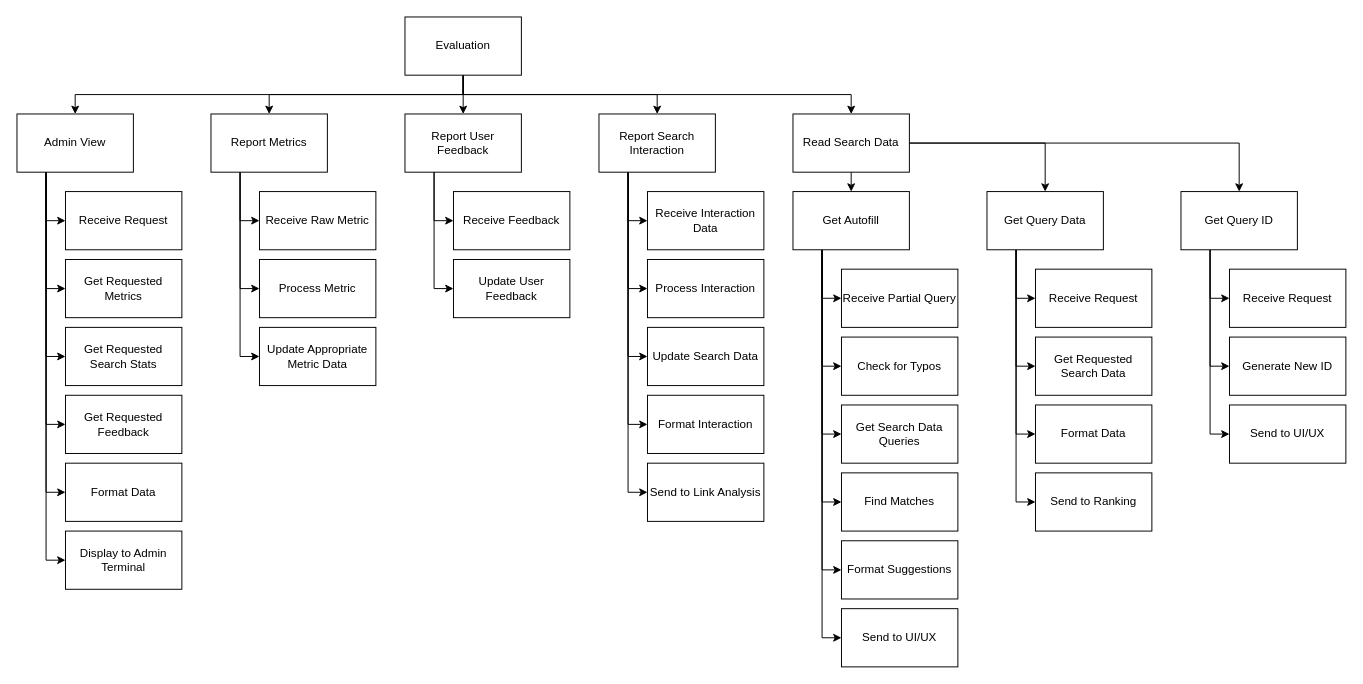
Earlier version of the draw.io diagram Deliverable 2/FDD/FDD.drawio (justinottesen/LSPT-Evaluation). Source tidied: cells renumbered, new cells numbered last; positions are measured from the earlier drawing's top-left corner, leaving out a move shared by most shapes. Both pictures are drawn from the tidied source at 97%, with x=0, y=0 at pixel (16, 16).
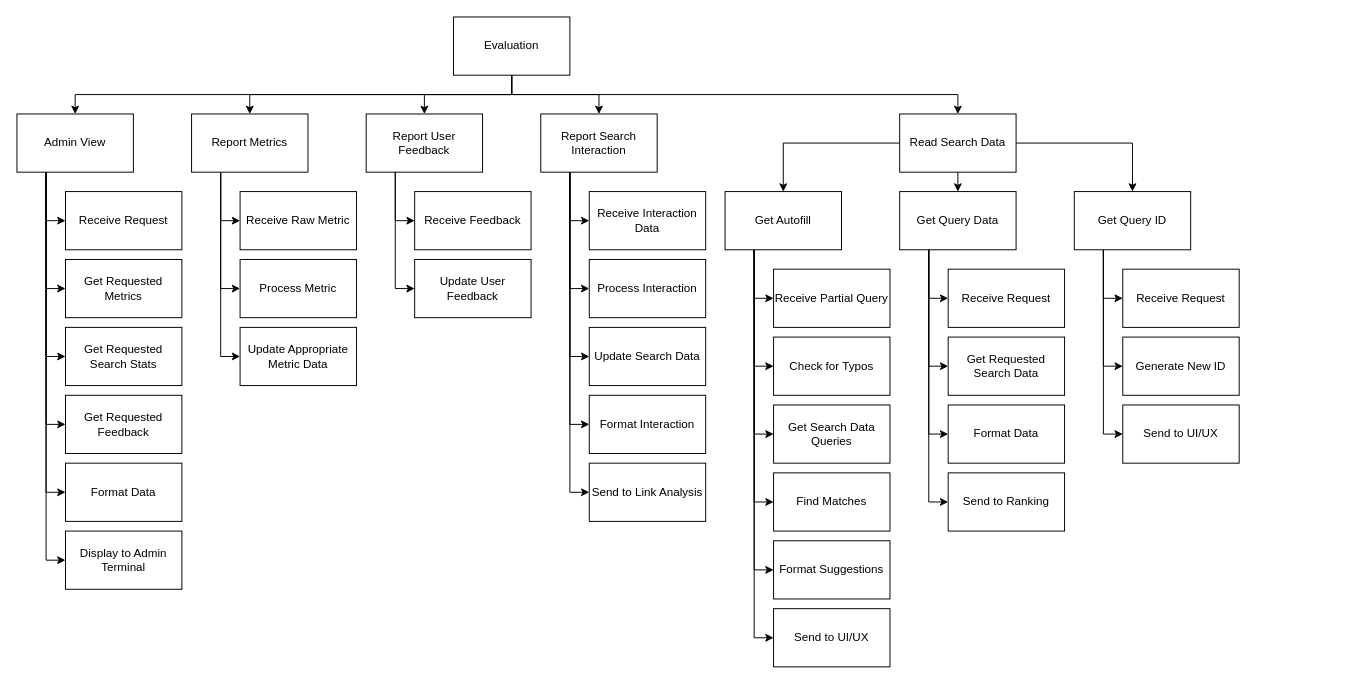
Above is the later version.

What changed in the source:
```diff
@@
     <mxCell id="7" value="Evaluation" style="rounded=0;whiteSpace=wrap;html=1;" parent="1" vertex="1">
-      <mxGeometry x="400" width="120" height="60" as="geometry" />
+      <mxGeometry x="450" width="120" height="60" as="geometry" />
     </mxCell>
     <mxCell id="8" value="Process Metric" style="rounded=0;whiteSpace=wrap;html=1;" parent="1" vertex="1">
-      <mxGeometry x="250" y="250" width="120" height="60" as="geometry" />
+      <mxGeometry x="230" y="250" width="120" height="60" as="geometry" />
     </mxCell>
     <mxCell id="9" value="Update Appropriate Metric Data" style="rounded=0;whiteSpace=wrap;html=1;" parent="1" vertex="1">
-      <mxGeometry x="250" y="320" width="120" height="60" as="geometry" />
+      <mxGeometry x="230" y="320" width="120" height="60" as="geometry" />
     </mxCell>
     <mxCell id="10" value="Receive Raw Metric" style="rounded=0;whiteSpace=wrap;html=1;" parent="1" vertex="1">
-      <mxGeometry x="250" y="180" width="120" height="60" as="geometry" />
+      <mxGeometry x="230" y="180" width="120" height="60" as="geometry" />
     </mxCell>
     <mxCell id="11" value="Format Suggestions" style="rounded=0;whiteSpace=wrap;html=1;" parent="1" vertex="1">
-      <mxGeometry x="850" y="540" width="120" height="60" as="geometry" />
+      <mxGeometry x="780" y="540" width="120" height="60" as="geometry" />
     </mxCell>
     <mxCell id="12" value="Find Matches" style="rounded=0;whiteSpace=wrap;html=1;" parent="1" vertex="1">
-      <mxGeometry x="850" y="470" width="120" height="60" as="geometry" />
+      <mxGeometry x="780" y="470" width="120" height="60" as="geometry" />
     </mxCell>
     <mxCell id="13" value="Get Search Data Queries" style="rounded=0;whiteSpace=wrap;html=1;" parent="1" vertex="1">
-      <mxGeometry x="850" y="400" width="120" height="60" as="geometry" />
+      <mxGeometry x="780" y="400" width="120" height="60" as="geometry" />
     </mxCell>
     <mxCell id="14" value="Check for Typos" style="rounded=0;whiteSpace=wrap;html=1;" parent="1" vertex="1">
-      <mxGeometry x="850" y="330" width="120" height="60" as="geometry" />
+      <mxGeometry x="780" y="330" width="120" height="60" as="geometry" />
     </mxCell>
     <mxCell id="15" value="Receive Partial Query" style="rounded=0;whiteSpace=wrap;html=1;" parent="1" vertex="1">
-      <mxGeometry x="850" y="260" width="120" height="60" as="geometry" />
+      <mxGeometry x="780" y="260" width="120" height="60" as="geometry" />
     </mxCell>
@@
     <mxCell id="22" value="Get Autofill" style="rounded=0;whiteSpace=wrap;html=1;" parent="1" vertex="1">
-      <mxGeometry x="800" y="180" width="120" height="60" as="geometry" />
+      <mxGeometry x="730" y="180" width="120" height="60" as="geometry" />
     </mxCell>
@@
     <mxCell id="26" value="Report Metrics" style="rounded=0;whiteSpace=wrap;html=1;" parent="1" vertex="1">
-      <mxGeometry x="200" y="100" width="120" height="60" as="geometry" />
+      <mxGeometry x="180" y="100" width="120" height="60" as="geometry" />
     </mxCell>
@@
     <mxCell id="29" value="Report User Feedback" style="rounded=0;whiteSpace=wrap;html=1;" parent="1" vertex="1">
-      <mxGeometry x="400" y="100" width="120" height="60" as="geometry" />
+      <mxGeometry x="360" y="100" width="120" height="60" as="geometry" />
     </mxCell>
     <mxCell id="30" value="Update User Feedback" style="rounded=0;whiteSpace=wrap;html=1;" parent="1" vertex="1">
-      <mxGeometry x="450" y="250" width="120" height="60" as="geometry" />
+      <mxGeometry x="410" y="250" width="120" height="60" as="geometry" />
     </mxCell>
     <mxCell id="31" value="Receive Feedback" style="rounded=0;whiteSpace=wrap;html=1;" parent="1" vertex="1">
-      <mxGeometry x="450" y="180" width="120" height="60" as="geometry" />
+      <mxGeometry x="410" y="180" width="120" height="60" as="geometry" />
     </mxCell>
     <mxCell id="32" value="Format Interaction" style="rounded=0;whiteSpace=wrap;html=1;" parent="1" vertex="1">
-      <mxGeometry x="650" y="390" width="120" height="60" as="geometry" />
+      <mxGeometry x="590" y="390" width="120" height="60" as="geometry" />
     </mxCell>
     <mxCell id="33" value="Update Search Data" style="rounded=0;whiteSpace=wrap;html=1;" parent="1" vertex="1">
-      <mxGeometry x="650" y="320" width="120" height="60" as="geometry" />
+      <mxGeometry x="590" y="320" width="120" height="60" as="geometry" />
     </mxCell>
     <mxCell id="34" value="Process Interaction" style="rounded=0;whiteSpace=wrap;html=1;" parent="1" vertex="1">
-      <mxGeometry x="650" y="250" width="120" height="60" as="geometry" />
+      <mxGeometry x="590" y="250" width="120" height="60" as="geometry" />
     </mxCell>
     <mxCell id="35" value="Receive Interaction Data" style="rounded=0;whiteSpace=wrap;html=1;" parent="1" vertex="1">
-      <mxGeometry x="650" y="180" width="120" height="60" as="geometry" />
+      <mxGeometry x="590" y="180" width="120" height="60" as="geometry" />
     </mxCell>
@@
     <mxCell id="41" value="Report Search Interaction" style="rounded=0;whiteSpace=wrap;html=1;" parent="1" vertex="1">
-      <mxGeometry x="600" y="100" width="120" height="60" as="geometry" />
+      <mxGeometry x="540" y="100" width="120" height="60" as="geometry" />
     </mxCell>
-    <mxCell id="42" style="edgeStyle=orthogonalEdgeStyle;rounded=0;jettySize=auto;html=1;exitX=0.5;exitY=1;exitDx=0;exitDy=0;entryX=0.5;entryY=0;entryDx=0;entryDy=0;" parent="1" edge="1" source="45" target="22">
+    <mxCell id="42" style="edgeStyle=orthogonalEdgeStyle;rounded=0;jettySize=auto;html=1;exitX=0;exitY=0.5;exitDx=0;exitDy=0;entryX=0.5;entryY=0;entryDx=0;entryDy=0;" parent="1" edge="1" source="45" target="22">
       <mxGeometry relative="1" as="geometry" />
     </mxCell>
-    <mxCell id="43" style="edgeStyle=orthogonalEdgeStyle;rounded=0;jettySize=auto;html=1;exitX=1;exitY=0.5;exitDx=0;exitDy=0;entryX=0.5;entryY=0;entryDx=0;entryDy=0;" parent="1" edge="1" source="45" target="66">
+    <mxCell id="43" style="edgeStyle=orthogonalEdgeStyle;rounded=0;jettySize=auto;html=1;exitX=0.5;exitY=1;exitDx=0;exitDy=0;entryX=0.5;entryY=0;entryDx=0;entryDy=0;" parent="1" edge="1" source="45" target="66">
       <mxGeometry relative="1" as="geometry" />
     </mxCell>
@@
     <mxCell id="45" value="Read Search Data" style="rounded=0;whiteSpace=wrap;html=1;" parent="1" vertex="1">
-      <mxGeometry x="800" y="100" width="120" height="60" as="geometry" />
+      <mxGeometry x="910" y="100" width="120" height="60" as="geometry" />
     </mxCell>
@@
     <mxCell id="59" value="Format Data" style="rounded=0;whiteSpace=wrap;html=1;" parent="1" vertex="1">
-      <mxGeometry x="1050" y="400" width="120" height="60" as="geometry" />
+      <mxGeometry x="960" y="400" width="120" height="60" as="geometry" />
     </mxCell>
     <mxCell id="60" value="Get Requested Search Data" style="rounded=0;whiteSpace=wrap;html=1;" parent="1" vertex="1">
-      <mxGeometry x="1050" y="330" width="120" height="60" as="geometry" />
+      <mxGeometry x="960" y="330" width="120" height="60" as="geometry" />
     </mxCell>
     <mxCell id="61" value="Receive Request" style="rounded=0;whiteSpace=wrap;html=1;" parent="1" vertex="1">
-      <mxGeometry x="1050" y="260" width="120" height="60" as="geometry" />
+      <mxGeometry x="960" y="260" width="120" height="60" as="geometry" />
     </mxCell>
@@
     <mxCell id="66" value="Get Query Data" style="rounded=0;whiteSpace=wrap;html=1;" parent="1" vertex="1">
-      <mxGeometry x="1000" y="180" width="120" height="60" as="geometry" />
+      <mxGeometry x="910" y="180" width="120" height="60" as="geometry" />
     </mxCell>
     <mxCell id="67" value="Send to UI/UX" style="rounded=0;whiteSpace=wrap;html=1;" parent="1" vertex="1">
-      <mxGeometry x="1250" y="400" width="120" height="60" as="geometry" />
+      <mxGeometry x="1140" y="400" width="120" height="60" as="geometry" />
     </mxCell>
     <mxCell id="68" value="Generate New ID" style="rounded=0;whiteSpace=wrap;html=1;" parent="1" vertex="1">
-      <mxGeometry x="1250" y="330" width="120" height="60" as="geometry" />
+      <mxGeometry x="1140" y="330" width="120" height="60" as="geometry" />
     </mxCell>
     <mxCell id="69" value="Receive Request" style="rounded=0;whiteSpace=wrap;html=1;" parent="1" vertex="1">
-      <mxGeometry x="1250" y="260" width="120" height="60" as="geometry" />
+      <mxGeometry x="1140" y="260" width="120" height="60" as="geometry" />
     </mxCell>
@@
     <mxCell id="73" value="Get Query ID" style="rounded=0;whiteSpace=wrap;html=1;" parent="1" vertex="1">
-      <mxGeometry x="1200" y="180" width="120" height="60" as="geometry" />
+      <mxGeometry x="1090" y="180" width="120" height="60" as="geometry" />
     </mxCell>
     <mxCell id="74" value="Send to UI/UX" style="rounded=0;whiteSpace=wrap;html=1;" parent="1" vertex="1">
-      <mxGeometry x="850" y="610" width="120" height="60" as="geometry" />
+      <mxGeometry x="780" y="610" width="120" height="60" as="geometry" />
     </mxCell>
     <mxCell id="75" value="Send to Link Analysis" style="rounded=0;whiteSpace=wrap;html=1;" parent="1" vertex="1">
-      <mxGeometry x="650" y="460" width="120" height="60" as="geometry" />
+      <mxGeometry x="590" y="460" width="120" height="60" as="geometry" />
     </mxCell>
     <mxCell id="76" value="Send to Ranking" style="rounded=0;whiteSpace=wrap;html=1;" parent="1" vertex="1">
-      <mxGeometry x="1050" y="470" width="120" height="60" as="geometry" />
+      <mxGeometry x="960" y="470" width="120" height="60" as="geometry" />
     </mxCell>
```
